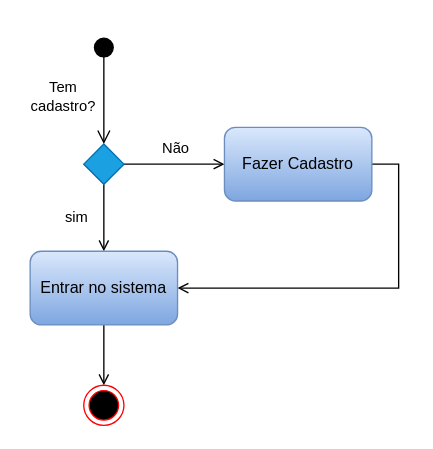
The draw.io diagram Diagrama de atividade - Cadastro no site.drawio in JudilenaGalvao/Projeto-POO, before the edit. Source tidied: cells renumbered, new cells numbered last; positions are measured from the earlier drawing's top-left corner, leaving out a move shared by most shapes. Both pictures are drawn from the tidied source at 134%, with x=0, y=0 at pixel (23, 36).
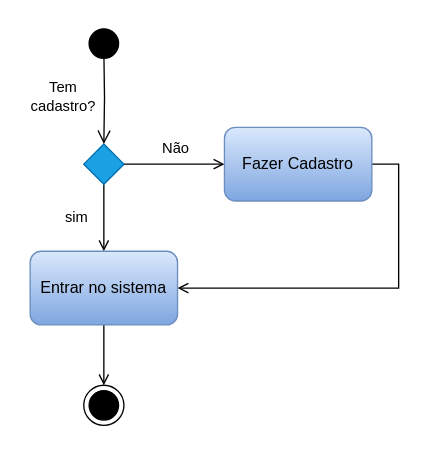
The same diagram, later.

The edit, as a diff of the source:
```diff
@@
 <mxGraphModel>
   <root>
     <mxCell id="0" />
     <mxCell id="1" parent="0" />
-    <mxCell id="2" style="html=1;verticalAlign=bottom;startArrow=circle;startFill=1;endArrow=open;startSize=6;endSize=8;edgeStyle=elbowEdgeStyle;elbow=vertical;curved=0;rounded=0;" parent="1" edge="1">
-      <mxGeometry relative="1" as="geometry">
-        <mxPoint x="60" as="sourcePoint" />
-        <mxPoint x="60" y="80" as="targetPoint" />
-      </mxGeometry>
-    </mxCell>
     <mxCell id="3" style="edgeStyle=orthogonalEdgeStyle;rounded=0;jettySize=auto;html=1;exitX=1;exitY=0.5;exitDx=0;exitDy=0;entryX=0;entryY=0.5;entryDx=0;entryDy=0;endArrow=open;endFill=0;" parent="1" edge="1" source="5" target="7">
       <mxGeometry relative="1" as="geometry" />
     </mxCell>
     <mxCell id="4" style="edgeStyle=orthogonalEdgeStyle;shape=connector;rounded=0;jettySize=auto;html=1;exitX=0.5;exitY=1;exitDx=0;exitDy=0;entryX=0.5;entryY=0;entryDx=0;entryDy=0;labelBackgroundColor=default;strokeColor=default;fontFamily=Helvetica;fontSize=11;fontColor=default;endArrow=open;endFill=0;" parent="1" edge="1" source="5" target="9">
       <mxGeometry relative="1" as="geometry" />
     </mxCell>
     <mxCell id="5" style="rhombus;whiteSpace=wrap;html=1;fillColor=#1ba1e2;strokeColor=#006EAF;fontColor=#ffffff;" parent="1" vertex="1">
       <mxGeometry x="45" y="80" width="30" height="30" as="geometry" />
     </mxCell>
     <mxCell id="6" style="edgeStyle=orthogonalEdgeStyle;shape=connector;rounded=0;jettySize=auto;html=1;exitX=1;exitY=0.5;exitDx=0;exitDy=0;entryX=1;entryY=0.5;entryDx=0;entryDy=0;labelBackgroundColor=default;strokeColor=default;fontFamily=Helvetica;fontSize=11;fontColor=default;endArrow=open;endFill=0;" parent="1" edge="1" source="7" target="9">
       <mxGeometry relative="1" as="geometry" />
     </mxCell>
     <mxCell id="7" value="Fazer Cadastro" style="rounded=1;whiteSpace=wrap;html=1;fillColor=#dae8fc;gradientColor=#7ea6e0;strokeColor=#6c8ebf;" parent="1" vertex="1">
       <mxGeometry x="150" y="67.5" width="110" height="55" as="geometry" />
     </mxCell>
     <mxCell id="8" style="edgeStyle=orthogonalEdgeStyle;shape=connector;rounded=0;jettySize=auto;html=1;exitX=0.5;exitY=1;exitDx=0;exitDy=0;entryX=0.5;entryY=0;entryDx=0;entryDy=0;labelBackgroundColor=default;strokeColor=default;fontFamily=Helvetica;fontSize=11;fontColor=default;endArrow=open;endFill=0;" parent="1" edge="1" source="9" target="13">
       <mxGeometry relative="1" as="geometry" />
     </mxCell>
     <mxCell id="9" value="Entrar no sistema" style="rounded=1;whiteSpace=wrap;html=1;fillColor=#dae8fc;gradientColor=#7ea6e0;strokeColor=#6c8ebf;" parent="1" vertex="1">
       <mxGeometry x="5" y="160" width="110" height="55" as="geometry" />
     </mxCell>
     <mxCell id="10" value="Tem cadastro?" style="text;html=1;strokeColor=none;fillColor=none;align=center;verticalAlign=middle;whiteSpace=wrap;rounded=0;fontSize=11;fontFamily=Helvetica;fontColor=default;" parent="1" vertex="1">
       <mxGeometry y="30" width="60" height="30" as="geometry" />
     </mxCell>
     <mxCell id="11" value="sim" style="text;html=1;strokeColor=none;fillColor=none;align=center;verticalAlign=middle;whiteSpace=wrap;rounded=0;fontSize=11;fontFamily=Helvetica;fontColor=default;" parent="1" vertex="1">
       <mxGeometry x="10" y="120" width="60" height="30" as="geometry" />
     </mxCell>
     <mxCell id="12" value="Não" style="text;html=1;strokeColor=none;fillColor=none;align=center;verticalAlign=middle;whiteSpace=wrap;rounded=0;fontSize=11;fontFamily=Helvetica;fontColor=default;" parent="1" vertex="1">
       <mxGeometry x="84" y="67.5" width="60" height="30" as="geometry" />
     </mxCell>
-    <mxCell id="13" style="ellipse;html=1;shape=endState;fillColor=#000000;strokeColor=#ff0000;fontFamily=Helvetica;fontSize=11;fontColor=default;" parent="1" vertex="1">
+    <mxCell id="13" style="ellipse;html=1;shape=endState;fillColor=#000000;strokeColor=#000000;fontFamily=Helvetica;fontSize=11;fontColor=default;" parent="1" vertex="1">
       <mxGeometry x="45" y="260" width="30" height="30" as="geometry" />
     </mxCell>
+    <mxCell id="14" style="ellipse;html=1;shape=startState;fillColor=#000000;strokeColor=#000000;" parent="1" vertex="1">
+      <mxGeometry x="45" y="-10" width="30" height="30" as="geometry" />
+    </mxCell>
+    <mxCell id="15" style="edgeStyle=orthogonalEdgeStyle;html=1;verticalAlign=bottom;endArrow=open;endSize=8;strokeColor=#050505;rounded=0;entryX=0.5;entryY=0;entryDx=0;entryDy=0;" parent="1" edge="1" target="5">
+      <mxGeometry relative="1" as="geometry">
+        <mxPoint x="60" y="10" as="sourcePoint" />
+      </mxGeometry>
+    </mxCell>
   </root>
 </mxGraphModel>
```
